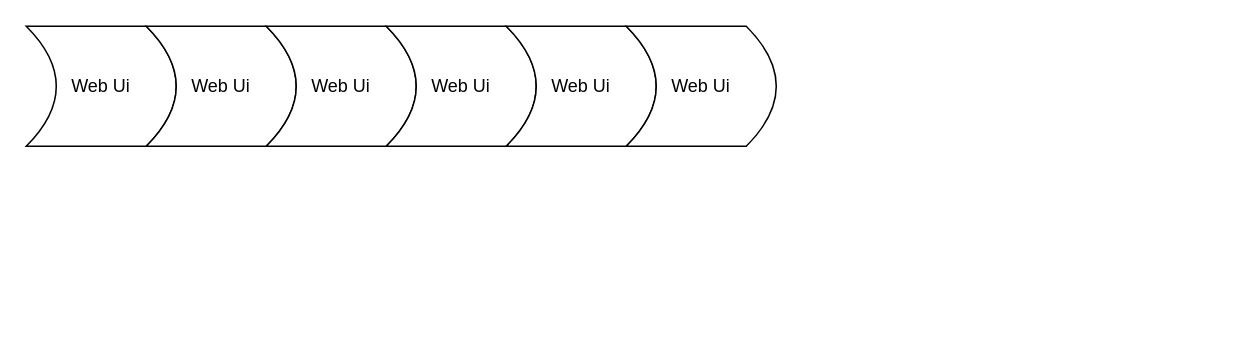
This is SoftwareDevelopmentProcess.drawio from shaniceng/DrawIODiagrams, a draw.io file, before an edit. Source tidied: cells renumbered, new cells numbered last; positions are measured from the earlier drawing's top-left corner, leaving out a move shared by most shapes. Both pictures are drawn from the tidied source at 150%, with x=0, y=0 at pixel (26, 26).
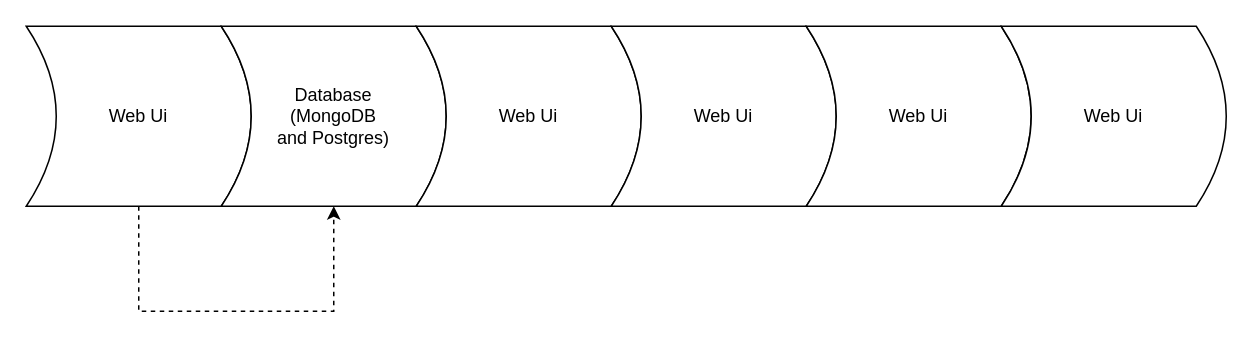
The same diagram, later.

What changed in the source:
```diff
@@
 <mxGraphModel>
   <root>
     <mxCell id="0" />
     <mxCell id="1" parent="0" />
+    <mxCell id="8" style="edgeStyle=orthogonalEdgeStyle;rounded=0;jettySize=auto;html=1;entryX=0.5;entryY=1;entryDx=0;entryDy=0;dashed=1;" parent="1" edge="1" source="2" target="9">
+      <mxGeometry relative="1" as="geometry">
+        <Array as="points">
+          <mxPoint x="75" y="190" />
+          <mxPoint x="205" y="190" />
+        </Array>
+      </mxGeometry>
+    </mxCell>
     <mxCell id="2" value="Web Ui" style="shape=dataStorage;whiteSpace=wrap;html=1;fixedSize=1;flipH=1;" parent="1" vertex="1">
-      <mxGeometry width="100" height="80" as="geometry" />
+      <mxGeometry width="150" height="120" as="geometry" />
     </mxCell>
-    <mxCell id="3" value="Web Ui" style="shape=dataStorage;whiteSpace=wrap;html=1;fixedSize=1;flipH=1;" parent="1" vertex="1">
-      <mxGeometry x="80" width="100" height="80" as="geometry" />
-    </mxCell>
-    <mxCell id="4" value="Web Ui" style="shape=dataStorage;whiteSpace=wrap;html=1;fixedSize=1;flipH=1;" parent="1" vertex="1">
-      <mxGeometry x="160" width="100" height="80" as="geometry" />
-    </mxCell>
-    <mxCell id="5" value="Web Ui" style="shape=dataStorage;whiteSpace=wrap;html=1;fixedSize=1;flipH=1;" parent="1" vertex="1">
-      <mxGeometry x="240" width="100" height="80" as="geometry" />
-    </mxCell>
-    <mxCell id="6" value="Web Ui" style="shape=dataStorage;whiteSpace=wrap;html=1;fixedSize=1;flipH=1;" parent="1" vertex="1">
-      <mxGeometry x="320" width="100" height="80" as="geometry" />
-    </mxCell>
-    <mxCell id="7" value="Web Ui" style="shape=dataStorage;whiteSpace=wrap;html=1;fixedSize=1;flipH=1;" parent="1" vertex="1">
-      <mxGeometry x="400" width="100" height="80" as="geometry" />
-    </mxCell>
+    <mxCell id="9" value="Database&lt;br&gt;(MongoDB &lt;br&gt;and Postgres)" style="shape=dataStorage;whiteSpace=wrap;html=1;fixedSize=1;flipH=1;" parent="1" vertex="1">
+      <mxGeometry x="130" width="150" height="120" as="geometry" />
+    </mxCell>
+    <mxCell id="10" value="Web Ui" style="shape=dataStorage;whiteSpace=wrap;html=1;fixedSize=1;flipH=1;" parent="1" vertex="1">
+      <mxGeometry x="260" width="150" height="120" as="geometry" />
+    </mxCell>
+    <mxCell id="11" value="Web Ui" style="shape=dataStorage;whiteSpace=wrap;html=1;fixedSize=1;flipH=1;" parent="1" vertex="1">
+      <mxGeometry x="390" width="150" height="120" as="geometry" />
+    </mxCell>
+    <mxCell id="12" value="Web Ui" style="shape=dataStorage;whiteSpace=wrap;html=1;fixedSize=1;flipH=1;" parent="1" vertex="1">
+      <mxGeometry x="520" width="150" height="120" as="geometry" />
+    </mxCell>
+    <mxCell id="13" value="Web Ui" style="shape=dataStorage;whiteSpace=wrap;html=1;fixedSize=1;flipH=1;" parent="1" vertex="1">
+      <mxGeometry x="650" width="150" height="120" as="geometry" />
+    </mxCell>
   </root>
 </mxGraphModel>
```
